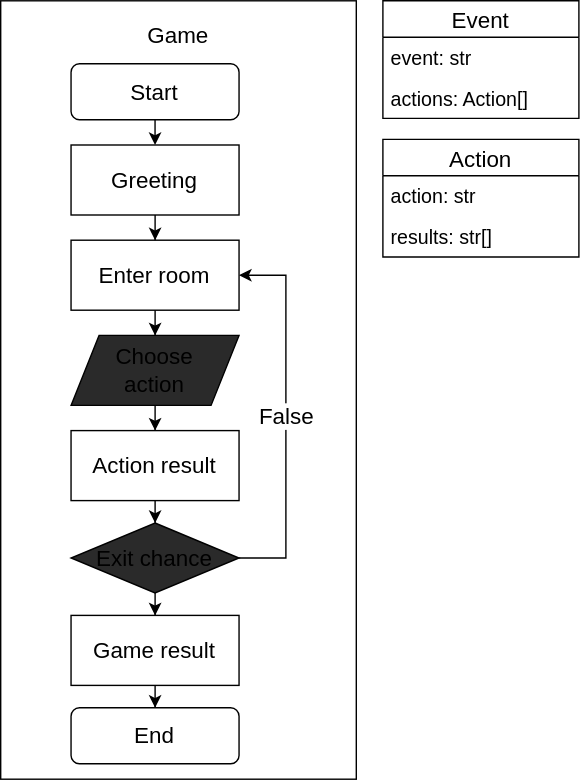
Above: docs/flowchart.drawio.svg in MixelTe/mad-maze-game (draw.io), before the change. Source tidied: cells renumbered, new cells last; positions are measured from the earlier drawing's top-left corner, leaving out a move shared by most shapes.
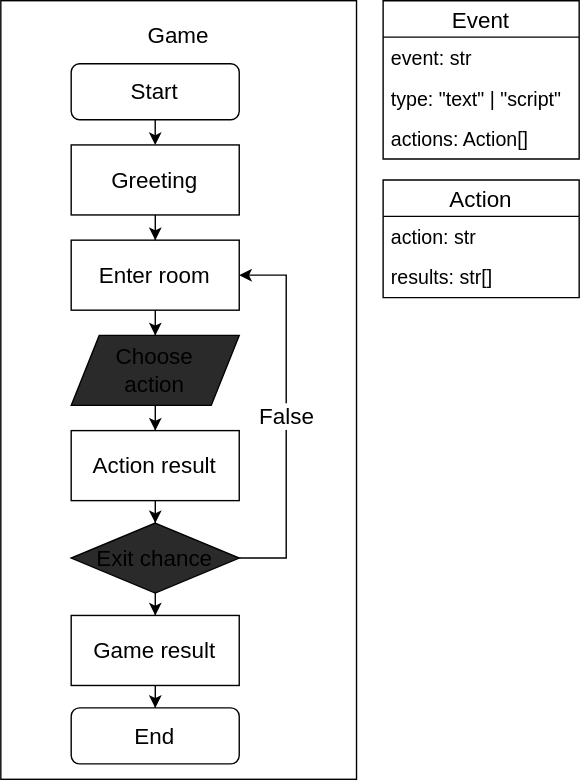
Later version of the same file.

Commit message:
event type

The edit, as a diff of the source:
```diff
@@ -62,16 +62,19 @@
       <mxGeometry x="50.2" y="505" width="120" height="40" as="geometry" />
     </mxCell>
     <mxCell id="20" value="Event" style="swimlane;fontStyle=0;horizontal=1;startSize=26;fillColor=none;glass=0;fontSize=16;" parent="1" vertex="1">
-      <mxGeometry x="273" width="140" height="84" as="geometry" />
+      <mxGeometry x="273" width="140" height="113" as="geometry" />
     </mxCell>
     <mxCell id="21" value="event: str" style="text;strokeColor=none;fillColor=none;align=left;verticalAlign=middle;spacingLeft=4;spacingRight=4;overflow=hidden;fontSize=14;" parent="20" vertex="1">
       <mxGeometry y="26" width="140" height="29" as="geometry" />
     </mxCell>
+    <mxCell id="26" value="type: &quot;text&quot; | &quot;script&quot;" style="text;strokeColor=none;fillColor=none;align=left;verticalAlign=middle;spacingLeft=4;spacingRight=4;overflow=hidden;fontSize=14;" parent="20" vertex="1">
+      <mxGeometry y="55" width="140" height="29" as="geometry" />
+    </mxCell>
     <mxCell id="22" value="actions: Action[]" style="text;strokeColor=none;fillColor=none;align=left;verticalAlign=middle;spacingLeft=4;spacingRight=4;overflow=hidden;fontSize=14;" parent="20" vertex="1">
-      <mxGeometry y="55" width="140" height="29" as="geometry" />
+      <mxGeometry y="84" width="140" height="29" as="geometry" />
     </mxCell>
     <mxCell id="23" value="Action" style="swimlane;fontStyle=0;horizontal=1;startSize=26;fillColor=none;glass=0;fontSize=16;" parent="1" vertex="1">
-      <mxGeometry x="273" y="99" width="140" height="84" as="geometry" />
+      <mxGeometry x="273" y="128" width="140" height="84" as="geometry" />
     </mxCell>
     <mxCell id="24" value="action: str" style="text;strokeColor=none;fillColor=none;align=left;verticalAlign=top;spacingLeft=4;spacingRight=4;overflow=hidden;fontSize=14;" parent="23" vertex="1">
       <mxGeometry y="26" width="140" height="29" as="geometry" />
```
